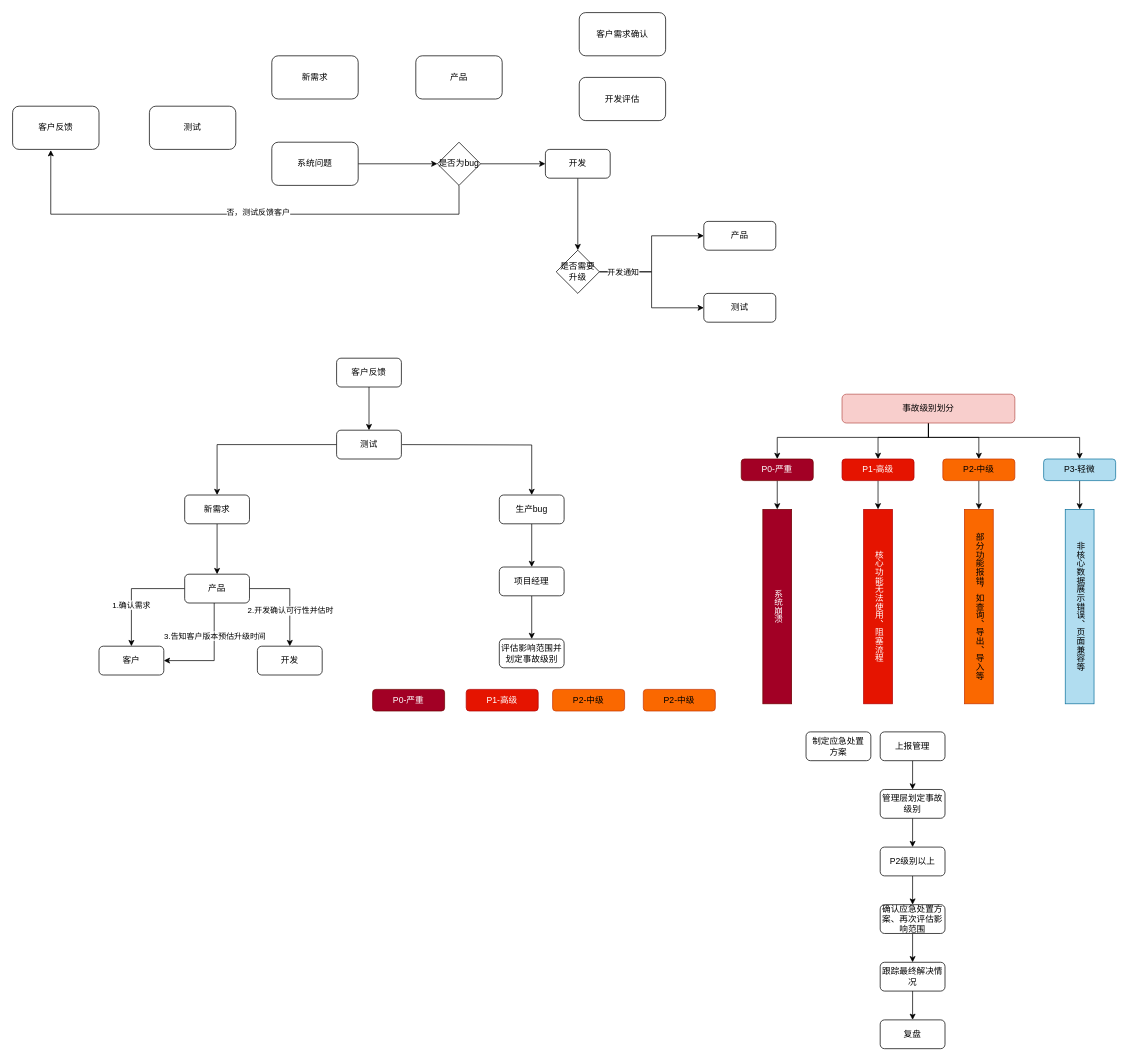
The draw.io diagram 蕴业生产问题处理流程.drawio in ammengke/my-drawio, before the edit. Source tidied: cells renumbered, new cells numbered last; positions are measured from the earlier drawing's top-left corner, leaving out a move shared by most shapes. Both pictures are drawn from the tidied source at 72%, with x=0, y=0 at pixel (12, 12).
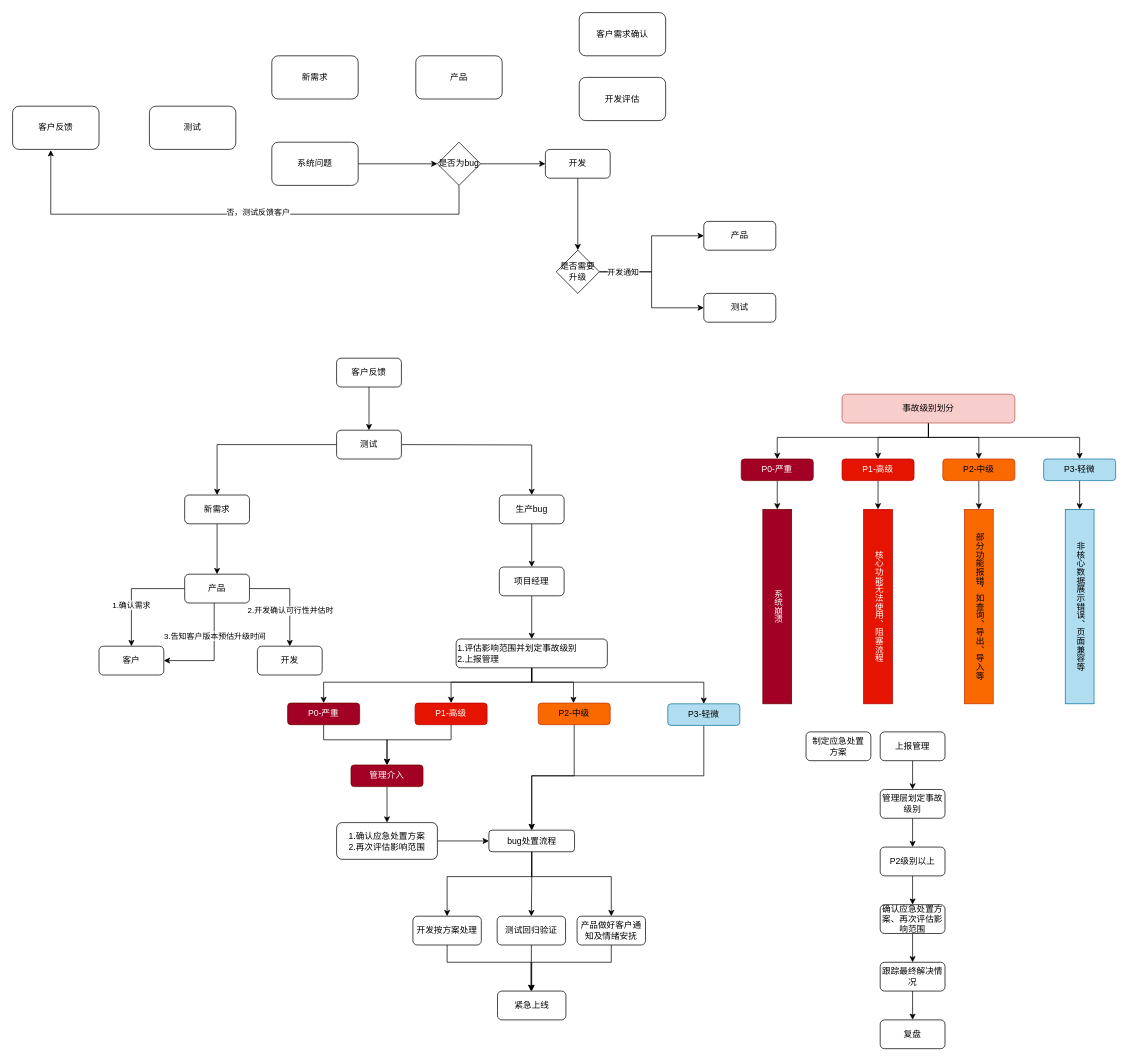
The same diagram, later.

Commit message (it also covers changes not shown here):
更新蕴业生产问题处理流程.drawio

The edit, as a diff of the source:
```diff
@@
+    <mxCell id="76" style="edgeStyle=orthogonalEdgeStyle;rounded=0;jettySize=auto;html=1;" parent="1" edge="1" source="59" target="74">
+      <mxGeometry relative="1" as="geometry">
+        <Array as="points">
+          <mxPoint x="721" y="930" />
+          <mxPoint x="779" y="930" />
+        </Array>
+      </mxGeometry>
+    </mxCell>
+    <mxCell id="77" style="edgeStyle=orthogonalEdgeStyle;rounded=0;jettySize=auto;html=1;" parent="1" edge="1" source="59" target="73">
+      <mxGeometry relative="1" as="geometry">
+        <Array as="points">
+          <mxPoint x="721" y="930" />
+          <mxPoint x="609" y="930" />
+        </Array>
+      </mxGeometry>
+    </mxCell>
+    <mxCell id="78" style="edgeStyle=orthogonalEdgeStyle;rounded=0;jettySize=auto;html=1;" parent="1" edge="1" source="59" target="86">
+      <mxGeometry relative="1" as="geometry">
+        <Array as="points">
+          <mxPoint x="721" y="930" />
+          <mxPoint x="960" y="930" />
+        </Array>
+      </mxGeometry>
+    </mxCell>
+    <mxCell id="79" style="edgeStyle=orthogonalEdgeStyle;rounded=0;jettySize=auto;html=1;entryX=0.5;entryY=0;entryDx=0;entryDy=0;" parent="1" edge="1" source="59" target="72">
+      <mxGeometry relative="1" as="geometry">
+        <Array as="points">
+          <mxPoint x="721" y="930" />
+          <mxPoint x="432" y="930" />
+        </Array>
+      </mxGeometry>
+    </mxCell>
-    <mxCell id="59" value="评估影响范围并划定事故级别" style="rounded=1;whiteSpace=wrap;html=1;" parent="1" vertex="1">
-      <mxGeometry x="676" y="870" width="90" height="40" as="geometry" />
+    <mxCell id="59" value="1.评估影响范围并划定事故级别&lt;div&gt;2.上报管理&lt;/div&gt;" style="rounded=1;whiteSpace=wrap;html=1;align=left;" parent="1" vertex="1">
+      <mxGeometry x="616" y="870" width="210" height="40" as="geometry" />
     </mxCell>
@@
+    <mxCell id="80" style="edgeStyle=orthogonalEdgeStyle;rounded=0;jettySize=auto;html=1;" parent="1" edge="1" source="72" target="84">
+      <mxGeometry relative="1" as="geometry">
+        <Array as="points">
+          <mxPoint x="432" y="1010" />
+          <mxPoint x="520" y="1010" />
+        </Array>
+      </mxGeometry>
+    </mxCell>
     <mxCell id="72" value="P0-严重" style="rounded=1;whiteSpace=wrap;html=1;fillColor=#a20025;fontColor=#ffffff;strokeColor=#6F0000;" parent="1" vertex="1">
-      <mxGeometry x="500" y="940" width="100" height="30" as="geometry" />
+      <mxGeometry x="382" y="959" width="100" height="30" as="geometry" />
     </mxCell>
+    <mxCell id="81" style="edgeStyle=orthogonalEdgeStyle;rounded=0;jettySize=auto;html=1;entryX=0.5;entryY=0;entryDx=0;entryDy=0;" parent="1" edge="1" source="73" target="84">
+      <mxGeometry relative="1" as="geometry">
+        <Array as="points">
+          <mxPoint x="609" y="1010" />
+          <mxPoint x="520" y="1010" />
+        </Array>
+      </mxGeometry>
+    </mxCell>
     <mxCell id="73" value="P1-高级" style="rounded=1;whiteSpace=wrap;html=1;fillColor=#e51400;fontColor=#ffffff;strokeColor=#B20000;" parent="1" vertex="1">
-      <mxGeometry x="630" y="940" width="100" height="30" as="geometry" />
+      <mxGeometry x="559" y="959" width="100" height="30" as="geometry" />
     </mxCell>
+    <mxCell id="82" style="edgeStyle=orthogonalEdgeStyle;rounded=0;jettySize=auto;html=1;" parent="1" edge="1" source="74" target="99">
+      <mxGeometry relative="1" as="geometry">
+        <Array as="points">
+          <mxPoint x="780" y="1060" />
+          <mxPoint x="721" y="1060" />
+        </Array>
+      </mxGeometry>
+    </mxCell>
     <mxCell id="74" value="P2-中级" style="rounded=1;whiteSpace=wrap;html=1;fillColor=#fa6800;fontColor=#000000;strokeColor=#C73500;" parent="1" vertex="1">
-      <mxGeometry x="750" y="940" width="100" height="30" as="geometry" />
+      <mxGeometry x="730" y="959" width="100" height="30" as="geometry" />
     </mxCell>
-    <mxCell id="75" value="P2-中级" style="rounded=1;whiteSpace=wrap;html=1;fillColor=#fa6800;fontColor=#000000;strokeColor=#C73500;" parent="1" vertex="1">
-      <mxGeometry x="876" y="940" width="100" height="30" as="geometry" />
-    </mxCell>
+    <mxCell id="83" style="edgeStyle=orthogonalEdgeStyle;rounded=0;jettySize=auto;html=1;entryX=0.5;entryY=0;entryDx=0;entryDy=0;" parent="1" edge="1" source="84" target="88">
+      <mxGeometry relative="1" as="geometry" />
+    </mxCell>
+    <mxCell id="84" value="管理介入" style="rounded=1;whiteSpace=wrap;html=1;fillColor=#a20025;fontColor=#ffffff;strokeColor=#6F0000;" parent="1" vertex="1">
+      <mxGeometry x="470" y="1045" width="100" height="30" as="geometry" />
+    </mxCell>
+    <mxCell id="85" style="edgeStyle=orthogonalEdgeStyle;rounded=0;jettySize=auto;html=1;" parent="1" edge="1" source="86" target="99">
+      <mxGeometry relative="1" as="geometry">
+        <Array as="points">
+          <mxPoint x="960" y="1060" />
+          <mxPoint x="721" y="1060" />
+        </Array>
+      </mxGeometry>
+    </mxCell>
+    <mxCell id="86" value="P3-轻微" style="rounded=1;whiteSpace=wrap;html=1;fillColor=#b1ddf0;strokeColor=#10739e;" parent="1" vertex="1">
+      <mxGeometry x="910" y="960" width="100" height="30" as="geometry" />
+    </mxCell>
+    <mxCell id="87" style="edgeStyle=orthogonalEdgeStyle;rounded=0;jettySize=auto;html=1;entryX=0;entryY=0.5;entryDx=0;entryDy=0;" parent="1" edge="1" source="88" target="99">
+      <mxGeometry relative="1" as="geometry" />
+    </mxCell>
+    <mxCell id="88" value="1.确认应急处置方案&lt;div&gt;2.再次评估影响范围&lt;/div&gt;" style="rounded=1;whiteSpace=wrap;html=1;" parent="1" vertex="1">
+      <mxGeometry x="450" y="1125" width="140" height="51" as="geometry" />
+    </mxCell>
+    <mxCell id="89" style="edgeStyle=orthogonalEdgeStyle;rounded=0;jettySize=auto;html=1;" parent="1" edge="1" source="90" target="95">
+      <mxGeometry relative="1" as="geometry">
+        <Array as="points">
+          <mxPoint x="604" y="1319" />
+          <mxPoint x="720" y="1319" />
+        </Array>
+      </mxGeometry>
+    </mxCell>
+    <mxCell id="90" value="开发按方案处理" style="rounded=1;whiteSpace=wrap;html=1;" parent="1" vertex="1">
+      <mxGeometry x="556" y="1255" width="95" height="40" as="geometry" />
+    </mxCell>
+    <mxCell id="91" style="edgeStyle=orthogonalEdgeStyle;rounded=0;jettySize=auto;html=1;" parent="1" edge="1" source="92">
+      <mxGeometry relative="1" as="geometry">
+        <mxPoint x="720.5" y="1359" as="targetPoint" />
+      </mxGeometry>
+    </mxCell>
+    <mxCell id="92" value="测试回归验证" style="rounded=1;whiteSpace=wrap;html=1;" parent="1" vertex="1">
+      <mxGeometry x="673" y="1255" width="95" height="40" as="geometry" />
+    </mxCell>
+    <mxCell id="93" style="edgeStyle=orthogonalEdgeStyle;rounded=0;jettySize=auto;html=1;entryX=0.5;entryY=0;entryDx=0;entryDy=0;" parent="1" edge="1" source="94" target="95">
+      <mxGeometry relative="1" as="geometry">
+        <Array as="points">
+          <mxPoint x="832" y="1319" />
+          <mxPoint x="721" y="1319" />
+        </Array>
+      </mxGeometry>
+    </mxCell>
+    <mxCell id="94" value="产品做好客户通知及情绪安抚" style="rounded=1;whiteSpace=wrap;html=1;" parent="1" vertex="1">
+      <mxGeometry x="784" y="1255" width="95" height="40" as="geometry" />
+    </mxCell>
+    <mxCell id="95" value="紧急上线" style="rounded=1;whiteSpace=wrap;html=1;" parent="1" vertex="1">
+      <mxGeometry x="673.5" y="1359" width="95" height="40" as="geometry" />
+    </mxCell>
+    <mxCell id="96" style="edgeStyle=orthogonalEdgeStyle;rounded=0;jettySize=auto;html=1;entryX=0.5;entryY=0;entryDx=0;entryDy=0;" parent="1" edge="1" source="99" target="90">
+      <mxGeometry relative="1" as="geometry">
+        <Array as="points">
+          <mxPoint x="721" y="1200" />
+          <mxPoint x="604" y="1200" />
+        </Array>
+      </mxGeometry>
+    </mxCell>
+    <mxCell id="97" style="edgeStyle=orthogonalEdgeStyle;rounded=0;jettySize=auto;html=1;entryX=0.5;entryY=0;entryDx=0;entryDy=0;" parent="1" edge="1" source="99" target="92">
+      <mxGeometry relative="1" as="geometry" />
+    </mxCell>
+    <mxCell id="98" style="edgeStyle=orthogonalEdgeStyle;rounded=0;jettySize=auto;html=1;entryX=0.5;entryY=0;entryDx=0;entryDy=0;" parent="1" edge="1" source="99" target="94">
+      <mxGeometry relative="1" as="geometry">
+        <Array as="points">
+          <mxPoint x="721" y="1200" />
+          <mxPoint x="831" y="1200" />
+        </Array>
+      </mxGeometry>
+    </mxCell>
+    <mxCell id="99" value="bug处置流程" style="rounded=1;whiteSpace=wrap;html=1;" parent="1" vertex="1">
+      <mxGeometry x="661.5" y="1135.5" width="119" height="30" as="geometry" />
+    </mxCell>
```
